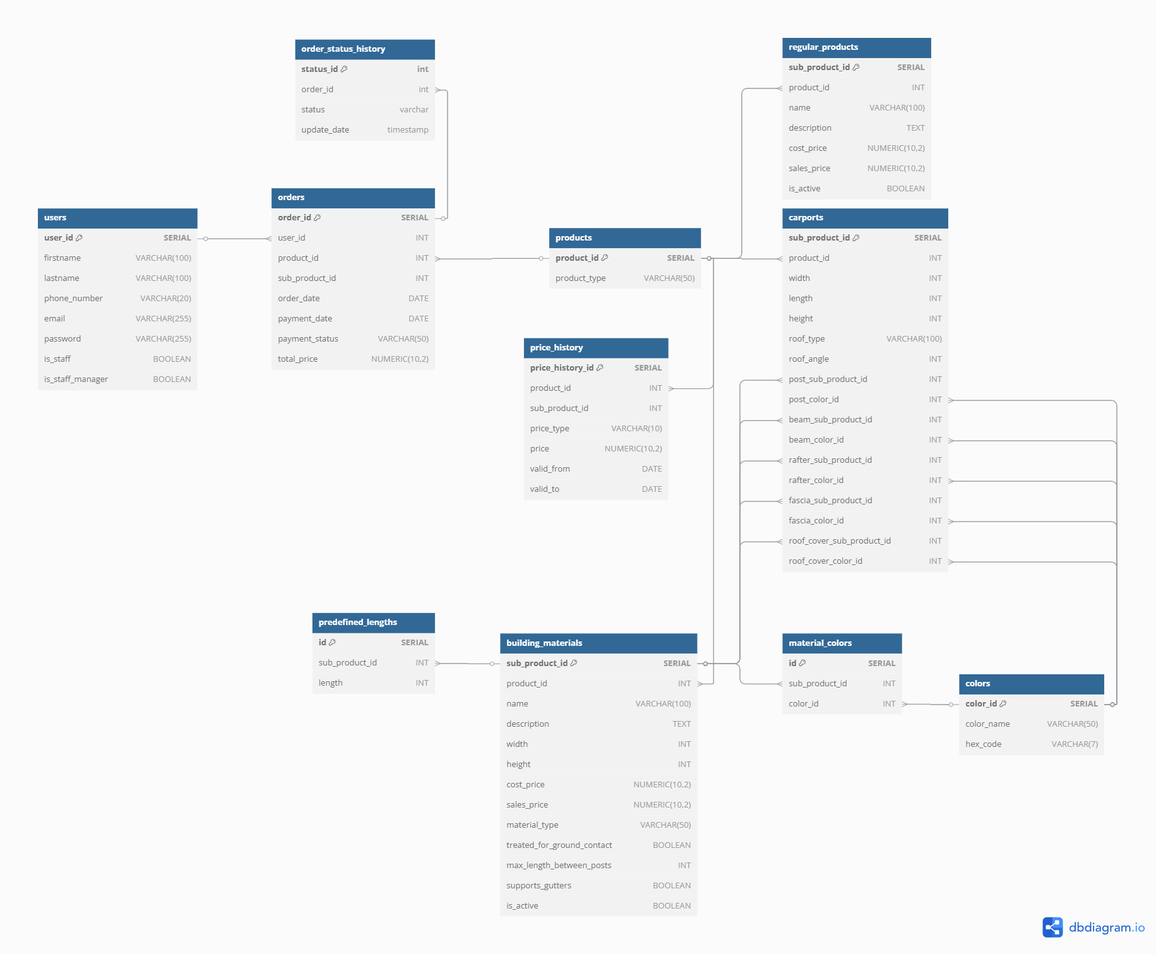
Before: docs/diagrams/ERD Carport.png, a diagram exported from PlantUML (Styrse/Carport). Its source is kept beside it as docs/diagrams/ERD Carport.puml. Its diagram source:
```plantuml
@startuml
title Database Design - Carport Project (with composite key in price_history)


class Users {
    +user_id : int <<PK>>
    +firstname : string
    +lastname : string
    +phone_number : string
    +email : string
    +password : string
    +is_staff : boolean
    +is_staff_manager : boolean
}

class Products {
    +product_id : int <<PK>>
    +product_type : string
}

class Colors {
    +color_id : int <<PK>>
    +color_name : string
    +hex_code : string
}

class BuildingMaterials {
    +sub_product_id : int <<PK>>
    +product_id : int <<FK>>
    +name : string
    +description : string
    +width : int
    +height : int
    +cost_price : decimal
    +sales_price : decimal
    +material_type : string
    +treated_for_ground_contact : boolean
    +max_length_between_posts : int
    +supports_gutters : boolean
    +is_active : boolean
}

class RegularProducts {
    +sub_product_id : int <<PK>>
    +product_id : int <<FK>>
    +name : string
    +description : string
    +cost_price : decimal
    +sales_price : decimal
    +is_active : boolean
}

class Carports {
    +sub_product_id : int <<PK>>
    +product_id : int <<FK>>
    +width : int
    +length : int
    +height : int
    +roof_type : string
    +roof_angle : int
    +post_sub_product_id : int <<FK>>
    +post_color_id : int <<FK>>
    +beam_sub_product_id : int <<FK>>
    +beam_color_id : int <<FK>>
    +rafter_sub_product_id : int <<FK>>
    +rafter_color_id : int <<FK>>
    +fascia_sub_product_id : int <<FK>>
    +fascia_color_id : int <<FK>>
    +roof_cover_sub_product_id : int <<FK>>
    +roof_cover_color_id : int <<FK>>
}

class MaterialColors {
    +id : int <<PK>>
    +sub_product_id : int <<FK>>
    +color_id : int <<FK>>
}

class PredefinedLengths {
    +id : int <<PK>>
    +sub_product_id : int <<FK>>
    +length : int
}

class PriceHistory {
    +price_history_id : int <<PK>>
    +product_id : int <<FK>>
    +sub_product_id : int
    +price_type : string
    +price : decimal
    +valid_from : date
    +valid_to : date
}

entity Orders {
    * order_id : int <<PK>>
    * user_id : int <<FK>>
    * staff_id : int <<FK>>
    * product_id : int <<FK>>
    * sub_product_id : int
    * order_date : timestamp
    * payment_date : timestamp
    * payment_status : varchar
    * total_price : numeric
}

entity OrderStatusHistory {
    * status_id : int <<PK>>
    * order_id : int <<FK>>
    * status : varchar
    * update_date : timestamp
}


Users ||--o{ Orders : places >
Users ||--o{ Orders : assigned >

Orders "0..*" -- "1" Users : belongs to >
Orders "0..*" -- "1" Products : contains >
Orders ||--o{ OrderStatusHistory : has >

BuildingMaterials "0..*" -- "1" Products : defines >
RegularProducts "0..*" -- "1" Products : defines >
Carports "0..*" -- "1" Products : defines >

BuildingMaterials "1" -- "0..*" PredefinedLengths : has cuts >
BuildingMaterials "1" -- "0..*" MaterialColors : available colors >
MaterialColors "0..*" -- "1" Colors : uses >

PriceHistory "0..*" -- "1" Products : pricing >

@enduml
```
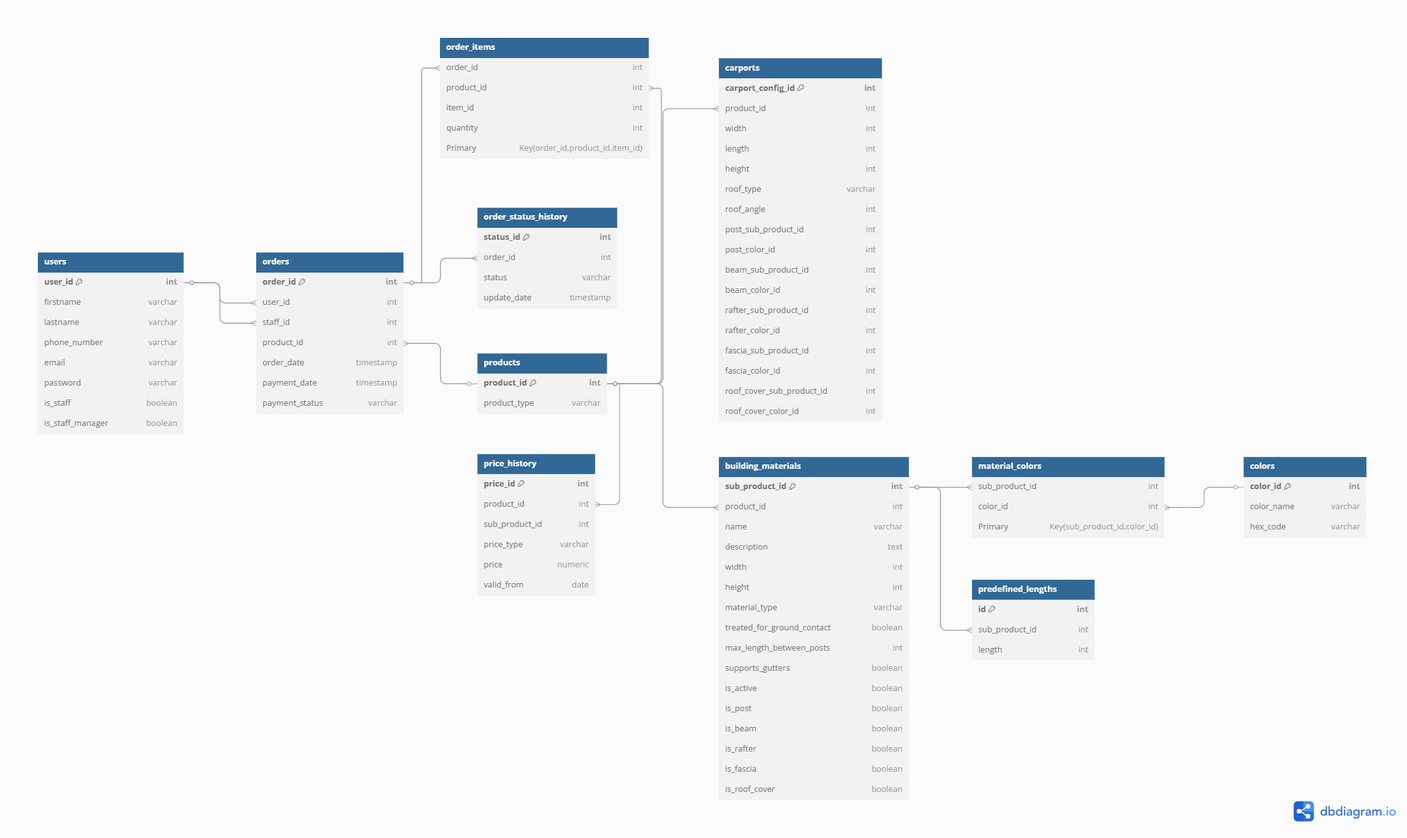
Later version of the same file.

Diff of the diagram source:
```diff
@@ -1,132 +1,131 @@
 @startuml
-title Database Design - Carport Project (with composite key in price_history)
 
-
-class Users {
-    +user_id : int <<PK>>
-    +firstname : string
-    +lastname : string
-    +phone_number : string
-    +email : string
-    +password : string
-    +is_staff : boolean
-    +is_staff_manager : boolean
-}
-
-class Products {
-    +product_id : int <<PK>>
-    +product_type : string
-}
-
-class Colors {
-    +color_id : int <<PK>>
-    +color_name : string
-    +hex_code : string
-}
-
-class BuildingMaterials {
-    +sub_product_id : int <<PK>>
-    +product_id : int <<FK>>
-    +name : string
-    +description : string
-    +width : int
-    +height : int
-    +cost_price : decimal
-    +sales_price : decimal
-    +material_type : string
-    +treated_for_ground_contact : boolean
-    +max_length_between_posts : int
-    +supports_gutters : boolean
-    +is_active : boolean
-}
-
-class RegularProducts {
-    +sub_product_id : int <<PK>>
-    +product_id : int <<FK>>
-    +name : string
-    +description : string
-    +cost_price : decimal
-    +sales_price : decimal
-    +is_active : boolean
-}
-
-class Carports {
-    +sub_product_id : int <<PK>>
-    +product_id : int <<FK>>
-    +width : int
-    +length : int
-    +height : int
-    +roof_type : string
-    +roof_angle : int
-    +post_sub_product_id : int <<FK>>
-    +post_color_id : int <<FK>>
-    +beam_sub_product_id : int <<FK>>
-    +beam_color_id : int <<FK>>
-    +rafter_sub_product_id : int <<FK>>
-    +rafter_color_id : int <<FK>>
-    +fascia_sub_product_id : int <<FK>>
-    +fascia_color_id : int <<FK>>
-    +roof_cover_sub_product_id : int <<FK>>
-    +roof_cover_color_id : int <<FK>>
-}
-
-class MaterialColors {
-    +id : int <<PK>>
-    +sub_product_id : int <<FK>>
-    +color_id : int <<FK>>
-}
-
-class PredefinedLengths {
-    +id : int <<PK>>
-    +sub_product_id : int <<FK>>
-    +length : int
-}
-
-class PriceHistory {
-    +price_history_id : int <<PK>>
-    +product_id : int <<FK>>
-    +sub_product_id : int
-    +price_type : string
-    +price : decimal
-    +valid_from : date
-    +valid_to : date
+entity Users {
+  * user_id : int <<PK>>
+  --
+  firstname : varchar
+  lastname : varchar
+  phone_number : varchar
+  email : varchar
+  password : varchar
+  is_staff : boolean
+  is_staff_manager : boolean
 }
 
 entity Orders {
-    * order_id : int <<PK>>
-    * user_id : int <<FK>>
-    * staff_id : int <<FK>>
-    * product_id : int <<FK>>
-    * sub_product_id : int
-    * order_date : timestamp
-    * payment_date : timestamp
-    * payment_status : varchar
-    * total_price : numeric
+  * order_id : int <<PK>>
+  --
+  user_id : int <<FK>>
+  staff_id : int <<FK>>
+  product_id : int <<FK>>
+  order_date : timestamp
+  payment_date : timestamp
+  payment_status : varchar
+}
+
+entity OrderItems {
+  * order_id : int <<FK>>
+  * product_id : int <<FK>>
+  * item_id : int
+  --
+  quantity : int
 }
 
 entity OrderStatusHistory {
-    * status_id : int <<PK>>
-    * order_id : int <<FK>>
-    * status : varchar
-    * update_date : timestamp
+  * status_id : int <<PK>>
+  --
+  order_id : int <<FK>>
+  status : varchar
+  update_date : timestamp
 }
 
+entity Products {
+  * product_id : int <<PK>>
+  --
+  product_type : varchar
+}
+
+entity Carports {
+  * carport_config_id : int <<PK>>
+  --
+  product_id : int <<FK>>
+  width : int
+  length : int
+  height : int
+  roof_type : varchar
+  roof_angle : int
+  post_sub_product_id : int
+  post_color_id : int
+  beam_sub_product_id : int
+  beam_color_id : int
+  rafter_sub_product_id : int
+  rafter_color_id : int
+  fascia_sub_product_id : int
+  fascia_color_id : int
+  roof_cover_sub_product_id : int
+  roof_cover_color_id : int
+}
+
+entity BuildingMaterials {
+  * sub_product_id : int <<PK>>
+  --
+  product_id : int <<FK>>
+  name : varchar
+  description : text
+  width : int
+  height : int
+  material_type : varchar
+  treated_for_ground_contact : boolean
+  max_length_between_posts : int
+  supports_gutters : boolean
+  is_active : boolean
+  is_post : boolean
+  is_beam : boolean
+  is_rafter : boolean
+  is_fascia : boolean
+  is_roof_cover : boolean
+}
+
+entity Colors {
+  * color_id : int <<PK>>
+  --
+  color_name : varchar
+  hex_code : varchar
+}
+
+entity MaterialColors {
+  * sub_product_id : int <<FK>>
+  * color_id : int <<FK>>
+}
+
+entity PredefinedLengths {
+  * id : int <<PK>>
+  --
+  sub_product_id : int <<FK>>
+  length : int
+}
+
+entity PriceHistory {
+  * price_id : int <<PK>>
+  --
+  product_id : int <<FK>>
+  sub_product_id : int
+  price_type : varchar
+  price : numeric
+  valid_from : date
+}
 
 Users ||--o{ Orders : places >
 Users ||--o{ Orders : assigned >
-
-Orders "0..*" -- "1" Users : belongs to >
-Orders "0..*" -- "1" Products : contains >
-Orders ||--o{ OrderStatusHistory : has >
-
-BuildingMaterials "0..*" -- "1" Products : defines >
-RegularProducts "0..*" -- "1" Products : defines >
-Carports "0..*" -- "1" Products : defines >
-
-BuildingMaterials "1" -- "0..*" PredefinedLengths : has cuts >
-BuildingMaterials "1" -- "0..*" MaterialColors : available colors >
-MaterialColors "0..*" -- "1" Colors : uses >
-
-PriceHistory "0..*" -- "1" Products : pricing >
+Orders ||--o{ OrderStatusHistory : tracks >
+Orders ||--o{ OrderItems : contains >
+Products ||--o{ OrderItems : typed >
+Products ||--o{ Carports : typed >
+Products ||--o{ BuildingMaterials : typed >
+BuildingMaterials ||--o{ PredefinedLengths : has >
+BuildingMaterials ||--o{ MaterialColors : has >
+MaterialColors ||--|| Colors : uses >
+PriceHistory ||--|| Products
+PriceHistory ||--|| BuildingMaterials
 
 @enduml
```
